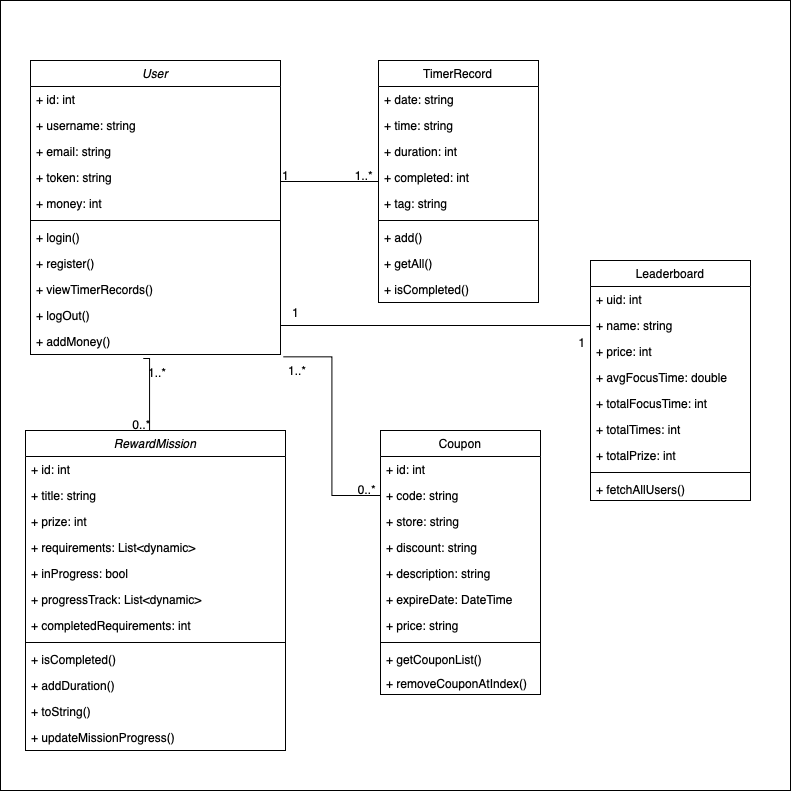
tuanngo1001/tubtrunk keeps this draw.io diagram as Diagrams/Class_Diagram.png. Above is the earlier version. Source tidied: cells renumbered, new cells last; positions are measured from the earlier drawing's top-left corner, leaving out a move shared by most shapes.
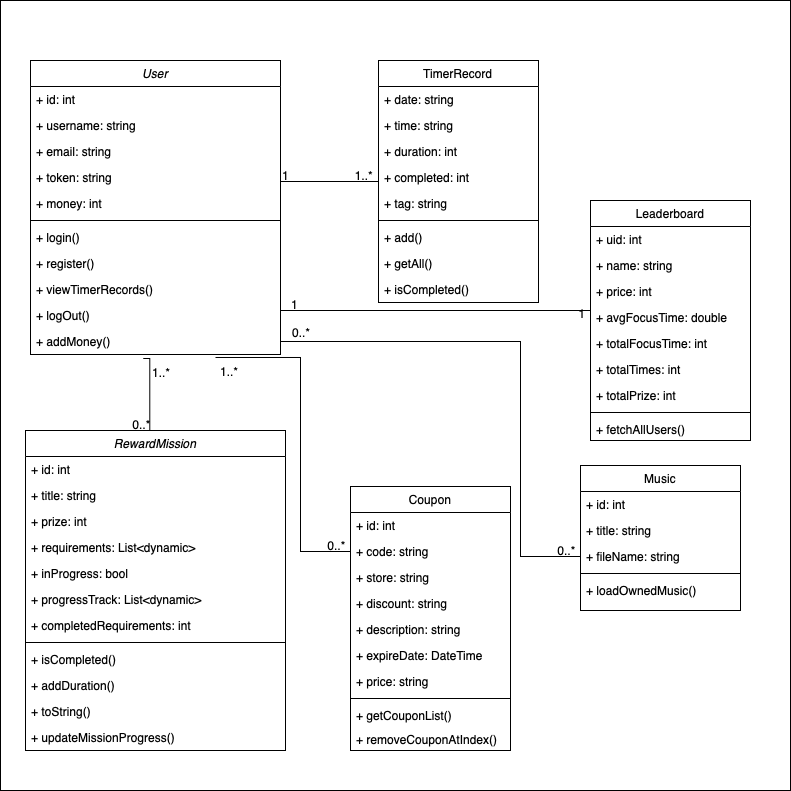
Later version of the same file.

Commit message:
Update EER and Class Diagrams

The edit, as a diff of the source:
```diff
@@ -132,7 +132,7 @@
     </mxCell>
     <mxCell id="42" value="1..*" style="align=left;verticalAlign=bottom;labelBackgroundColor=none;fontSize=12;" parent="41" vertex="1">
       <mxGeometry x="-1" relative="1" as="geometry">
-        <mxPoint x="3.2" y="22" as="offset" />
+        <mxPoint x="7.2" y="22" as="offset" />
       </mxGeometry>
     </mxCell>
     <mxCell id="43" value="0..*" style="align=right;verticalAlign=bottom;labelBackgroundColor=none;fontSize=12;" parent="41" vertex="1">
@@ -141,7 +141,7 @@
       </mxGeometry>
     </mxCell>
     <mxCell id="44" value="Leaderboard" style="swimlane;fontStyle=0;align=center;verticalAlign=top;horizontal=1;startSize=26;rounded=0;shadow=0;strokeWidth=1;" parent="1" vertex="1">
-      <mxGeometry x="590" y="260" width="160" height="240" as="geometry" />
+      <mxGeometry x="590" y="200" width="160" height="240" as="geometry" />
     </mxCell>
     <mxCell id="45" value="+ uid: int" style="text;align=left;verticalAlign=top;spacingLeft=4;spacingRight=4;overflow=hidden;" parent="44" vertex="1">
       <mxGeometry y="26" width="160" height="26" as="geometry" />
@@ -171,7 +171,7 @@
       <mxGeometry y="216" width="160" height="24" as="geometry" />
     </mxCell>
     <mxCell id="54" value="Coupon" style="swimlane;fontStyle=0;align=center;verticalAlign=top;horizontal=1;startSize=26;rounded=0;shadow=0;strokeWidth=1;" parent="1" vertex="1">
-      <mxGeometry x="380" y="430" width="160" height="264" as="geometry" />
+      <mxGeometry x="350" y="486" width="160" height="264" as="geometry" />
     </mxCell>
     <mxCell id="55" value="+ id: int" style="text;align=left;verticalAlign=top;spacingLeft=4;spacingRight=4;overflow=hidden;" parent="54" vertex="1">
       <mxGeometry y="26" width="160" height="26" as="geometry" />
@@ -203,8 +203,13 @@
     <mxCell id="64" value="+ removeCouponAtIndex()" style="text;align=left;verticalAlign=top;spacingLeft=4;spacingRight=4;overflow=hidden;" parent="54" vertex="1">
       <mxGeometry y="240" width="160" height="24" as="geometry" />
     </mxCell>
-    <mxCell id="65" style="endArrow=none;shadow=0;strokeWidth=1;rounded=0;endFill=0;edgeStyle=elbowEdgeStyle;elbow=horizontal;entryX=0;entryY=0.5;entryDx=0;entryDy=0;exitX=1.011;exitY=1.09;exitDx=0;exitDy=0;exitPerimeter=0;" parent="1" edge="1" source="14" target="56">
+    <mxCell id="65" style="endArrow=none;shadow=0;strokeWidth=1;rounded=0;endFill=0;edgeStyle=elbowEdgeStyle;elbow=horizontal;entryX=0;entryY=0.5;entryDx=0;entryDy=0;exitX=0.74;exitY=1.115;exitDx=0;exitDy=0;exitPerimeter=0;" parent="1" edge="1" source="14" target="56">
       <mxGeometry x="0.5" y="41" relative="1" as="geometry">
+        <Array as="points">
+          <mxPoint x="300" y="410" />
+          <mxPoint x="300" y="430" />
+          <mxPoint x="300" y="460" />
+        </Array>
         <mxPoint x="-40" y="32" as="offset" />
       </mxGeometry>
     </mxCell>
@@ -218,11 +223,11 @@
         <mxPoint x="-4" y="2" as="offset" />
       </mxGeometry>
     </mxCell>
-    <mxCell id="68" style="endArrow=none;shadow=0;strokeWidth=1;rounded=0;endFill=0;edgeStyle=elbowEdgeStyle;elbow=vertical;exitX=1;exitY=0.5;exitDx=0;exitDy=0;entryX=0;entryY=0.5;entryDx=0;entryDy=0;" parent="1" edge="1">
+    <mxCell id="68" style="endArrow=none;shadow=0;strokeWidth=1;rounded=0;endFill=0;edgeStyle=elbowEdgeStyle;elbow=vertical;exitX=1;exitY=0.5;exitDx=0;exitDy=0;entryX=0;entryY=0.5;entryDx=0;entryDy=0;" parent="1" edge="1" target="49">
       <mxGeometry x="0.5" y="41" relative="1" as="geometry">
         <mxPoint x="280" y="310" as="sourcePoint" />
-        <mxPoint x="590" y="372" as="targetPoint" />
         <Array as="points">
+          <mxPoint x="400" y="310" />
           <mxPoint x="300" y="325" />
         </Array>
         <mxPoint x="-40" y="32" as="offset" />
@@ -230,7 +235,7 @@
     </mxCell>
     <mxCell id="69" value="1" style="align=left;verticalAlign=bottom;labelBackgroundColor=none;fontSize=12;" parent="68" vertex="1">
       <mxGeometry x="-1" relative="1" as="geometry">
-        <mxPoint x="10" y="10" as="offset" />
+        <mxPoint x="9" y="2" as="offset" />
       </mxGeometry>
     </mxCell>
     <mxCell id="70" value="1" style="align=right;verticalAlign=bottom;labelBackgroundColor=none;fontSize=12;" parent="68" vertex="1">
@@ -238,5 +243,41 @@
         <mxPoint x="-4" y="-21.8" as="offset" />
       </mxGeometry>
     </mxCell>
+    <mxCell id="71" value="Music" style="swimlane;fontStyle=0;align=center;verticalAlign=top;horizontal=1;startSize=26;rounded=0;shadow=0;strokeWidth=1;" parent="1" vertex="1">
+      <mxGeometry x="580" y="465" width="160" height="145" as="geometry" />
+    </mxCell>
+    <mxCell id="72" value="+ id: int" style="text;align=left;verticalAlign=top;spacingLeft=4;spacingRight=4;overflow=hidden;" parent="71" vertex="1">
+      <mxGeometry y="26" width="160" height="26" as="geometry" />
+    </mxCell>
+    <mxCell id="73" value="+ title: string" style="text;align=left;verticalAlign=top;spacingLeft=4;spacingRight=4;overflow=hidden;rounded=0;shadow=0;html=0;" parent="71" vertex="1">
+      <mxGeometry y="52" width="160" height="26" as="geometry" />
+    </mxCell>
+    <mxCell id="74" value="+ fileName: string" style="text;align=left;verticalAlign=top;spacingLeft=4;spacingRight=4;overflow=hidden;points=[[0,0.5],[1,0.5]];portConstraint=eastwest;rounded=0;shadow=0;html=0;" parent="71" vertex="1">
+      <mxGeometry y="78" width="160" height="26" as="geometry" />
+    </mxCell>
+    <mxCell id="75" style="line;html=1;strokeWidth=1;align=left;verticalAlign=middle;spacingTop=-1;spacingLeft=3;spacingRight=3;labelPosition=right;" parent="71" vertex="1">
+      <mxGeometry y="104" width="160" height="8" as="geometry" />
+    </mxCell>
+    <mxCell id="76" value="+ loadOwnedMusic()" style="text;align=left;verticalAlign=top;spacingLeft=4;spacingRight=4;overflow=hidden;" parent="71" vertex="1">
+      <mxGeometry y="112" width="160" height="24" as="geometry" />
+    </mxCell>
+    <mxCell id="77" style="endArrow=none;shadow=0;strokeWidth=1;rounded=0;endFill=0;edgeStyle=elbowEdgeStyle;elbow=horizontal;entryX=0;entryY=0.5;entryDx=0;entryDy=0;exitX=1;exitY=0.5;exitDx=0;exitDy=0;" parent="1" edge="1" source="14" target="74">
+      <mxGeometry x="0.5" y="41" relative="1" as="geometry">
+        <Array as="points">
+          <mxPoint x="520" y="450" />
+        </Array>
+        <mxPoint x="-40" y="32" as="offset" />
+      </mxGeometry>
+    </mxCell>
+    <mxCell id="78" value="0..*" style="align=left;verticalAlign=bottom;labelBackgroundColor=none;fontSize=12;" parent="77" vertex="1">
+      <mxGeometry x="-1" relative="1" as="geometry">
+        <mxPoint x="10" y="-1" as="offset" />
+      </mxGeometry>
+    </mxCell>
+    <mxCell id="79" value="0..*" style="align=right;verticalAlign=bottom;labelBackgroundColor=none;fontSize=12;" parent="77" vertex="1">
+      <mxGeometry x="1" relative="1" as="geometry">
+        <mxPoint x="-4" y="2" as="offset" />
+      </mxGeometry>
+    </mxCell>
   </root>
 </mxGraphModel>
```
